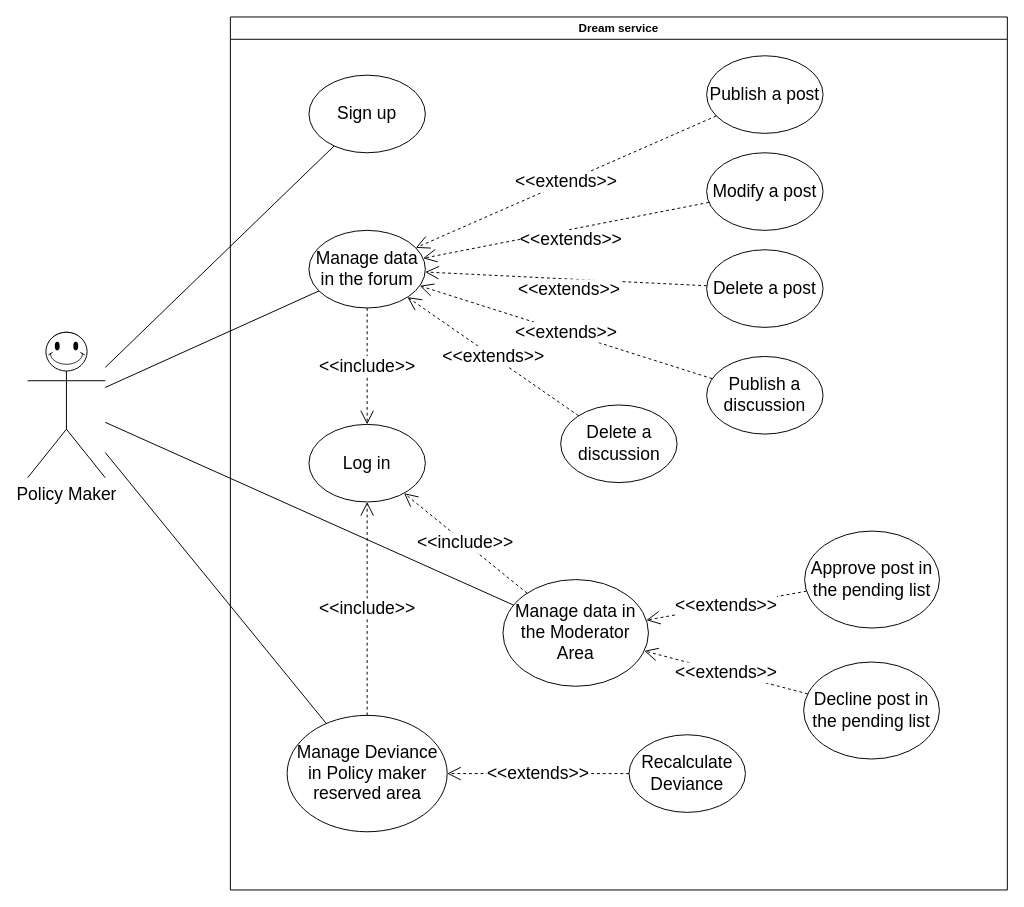
This is page "Policy Maker" (2 of 4) of Use cases diagram/UseCase.drawio from matteovisotto/SE2-CecchettoSirianiVisotto, a draw.io file, before an edit. Source tidied: cells renumbered, new cells numbered last; positions are measured from the earlier drawing's top-left corner, leaving out a move shared by most shapes. Both pictures are drawn from the tidied source at 97%, with x=0, y=0 at pixel (27, 16).
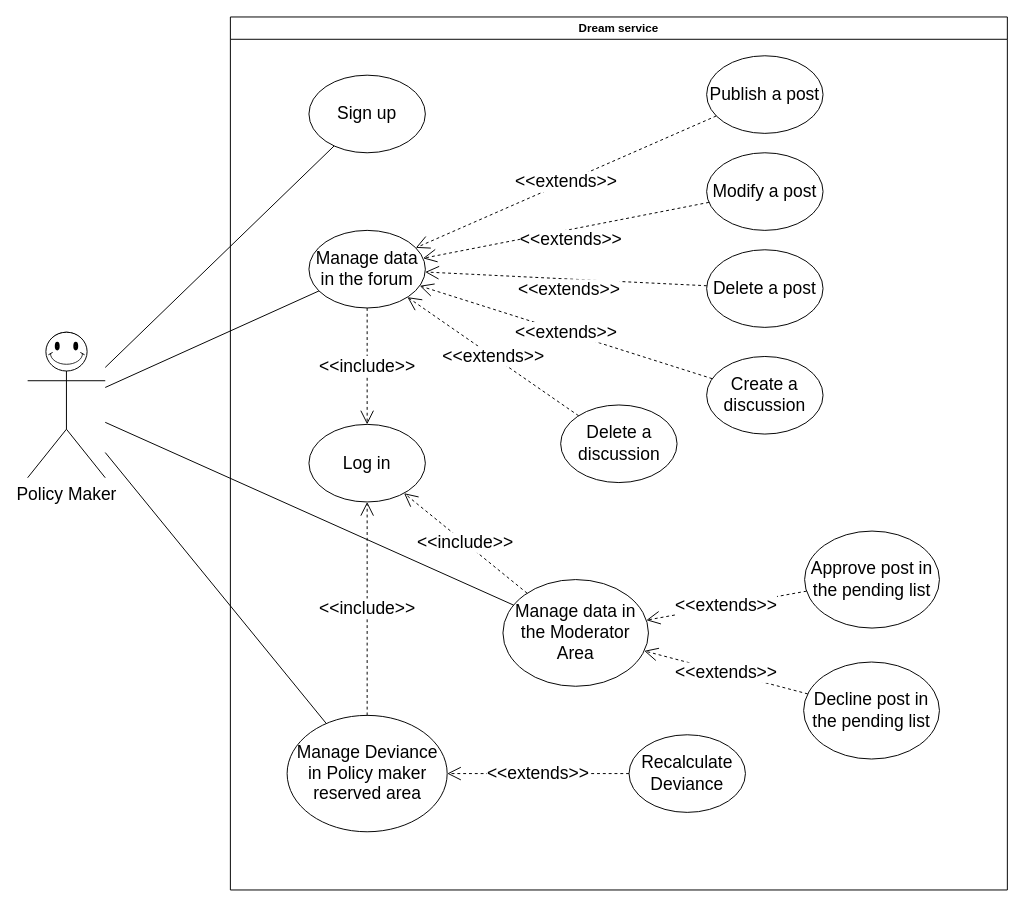
The same page after the edit.

Unchanged cells that the change refers to:
```xml
<mxCell id="3" value="Dream service" style="swimlane;" parent="1" vertex="1">
  <mxGeometry x="209" width="801" height="900" as="geometry" />
</mxCell>
```

Change to the diagram source:
```diff
@@
-    <mxCell id="17" value="&lt;font style=&quot;font-size: 18px&quot;&gt;Publish a discussion&lt;/font&gt;" style="ellipse;whiteSpace=wrap;html=1;" parent="3" vertex="1">
+    <mxCell id="17" value="&lt;font style=&quot;font-size: 18px&quot;&gt;Create a discussion&lt;/font&gt;" style="ellipse;whiteSpace=wrap;html=1;" parent="3" vertex="1">
       <mxGeometry x="491" y="350" width="120" height="80" as="geometry" />
     </mxCell>
```
